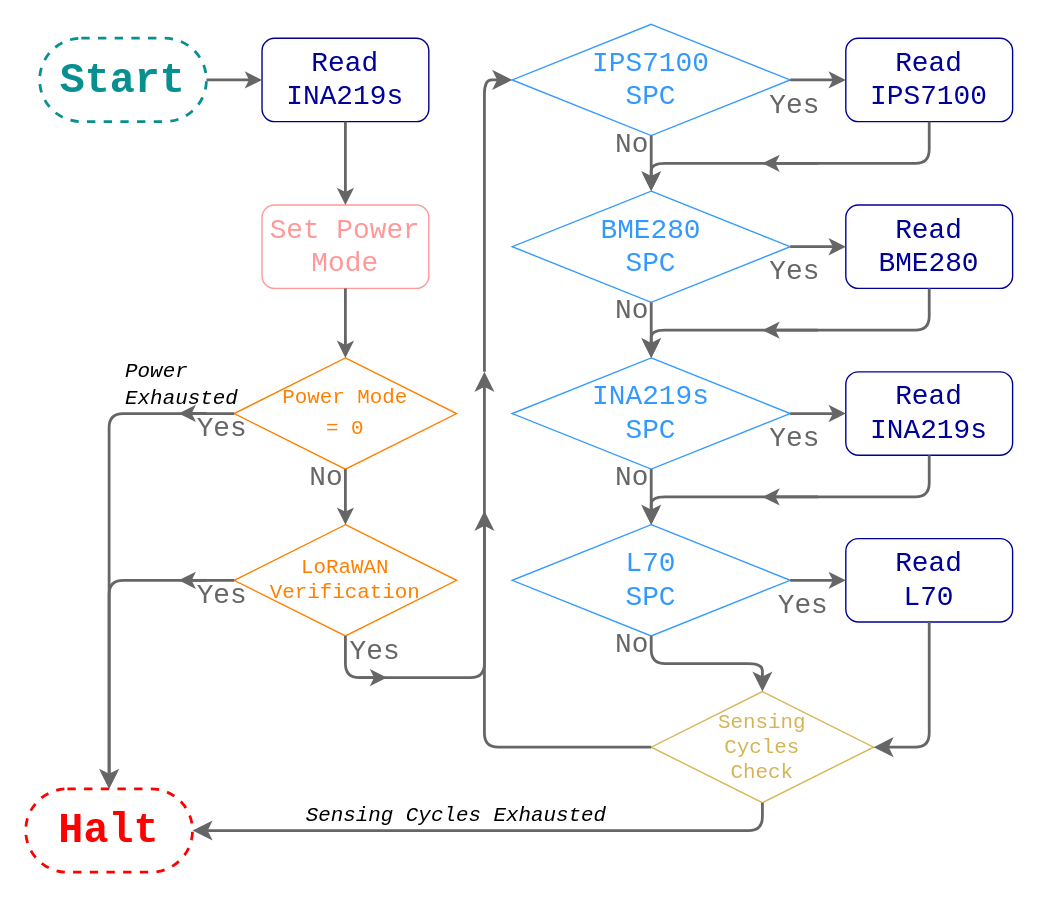
The draw.io diagram resources/Operation.drawio in mi3nts/LoRaWANNodes, before the edit. Source tidied: cells renumbered, new cells numbered last; positions are measured from the earlier drawing's top-left corner, leaving out a move shared by most shapes. Both pictures are drawn from the tidied source at 139%, with x=0, y=0 at pixel (25, 24).
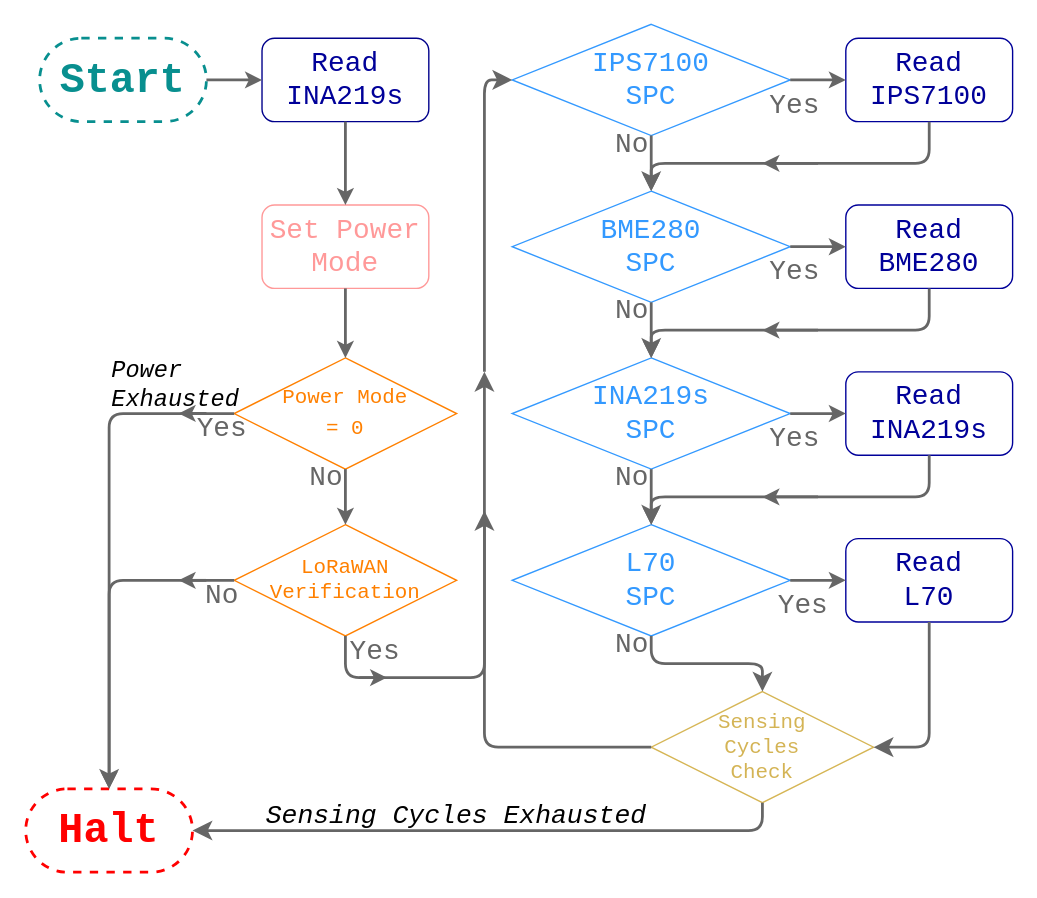
After the change.

Change to the diagram source:
```diff
@@
-    <mxCell id="8" value="&lt;span style=&quot;font-family: &amp;quot;Courier New&amp;quot;; font-size: 20px;&quot;&gt;Yes&lt;/span&gt;" style="edgeLabel;html=1;align=center;verticalAlign=middle;fontColor=#666666;" parent="1" vertex="1">
+    <mxCell id="8" value="&lt;span style=&quot;font-family: &amp;quot;Courier New&amp;quot;; font-size: 20px;&quot;&gt;No&lt;/span&gt;" style="edgeLabel;html=1;align=center;verticalAlign=middle;fontColor=#666666;" parent="1" vertex="1">
       <mxGeometry x="140" y="410" as="geometry" />
     </mxCell>
@@
-    <mxCell id="57" value="&lt;font size=&quot;1&quot; face=&quot;Courier New&quot; style=&quot;&quot;&gt;&lt;i style=&quot;font-size: 15px;&quot;&gt;Sensing Cycles Exhausted&lt;/i&gt;&lt;/font&gt;" style="text;html=1;align=center;verticalAlign=middle;whiteSpace=wrap;rounded=0;" parent="1" vertex="1">
+    <mxCell id="57" value="&lt;font size=&quot;1&quot; face=&quot;Courier New&quot; style=&quot;&quot;&gt;&lt;i style=&quot;font-size: 19px;&quot;&gt;Sensing Cycles Exhausted&lt;/i&gt;&lt;/font&gt;" style="text;html=1;align=center;verticalAlign=middle;whiteSpace=wrap;rounded=0;" parent="1" vertex="1">
       <mxGeometry x="150" y="560" width="320" height="20" as="geometry" />
     </mxCell>
-    <mxCell id="58" value="&lt;font face=&quot;Courier New&quot; style=&quot;font-size: 15px;&quot;&gt;&lt;i style=&quot;&quot;&gt;Power&lt;/i&gt;&lt;/font&gt;&lt;div style=&quot;font-size: 15px;&quot;&gt;&lt;font face=&quot;Courier New&quot; style=&quot;font-size: 15px;&quot;&gt;&lt;i style=&quot;&quot;&gt;Exhausted&lt;/i&gt;&lt;/font&gt;&lt;/div&gt;" style="text;html=1;align=left;verticalAlign=middle;whiteSpace=wrap;rounded=0;rotation=0;" parent="1" vertex="1">
-      <mxGeometry x="70" y="240" width="110" height="40" as="geometry" />
+    <mxCell id="58" value="&lt;font face=&quot;Courier New&quot; style=&quot;font-size: 17px;&quot;&gt;&lt;i style=&quot;&quot;&gt;Power&lt;/i&gt;&lt;/font&gt;&lt;div style=&quot;font-size: 17px;&quot;&gt;&lt;font face=&quot;Courier New&quot; style=&quot;font-size: 17px;&quot;&gt;&lt;i style=&quot;&quot;&gt;Exhausted&lt;/i&gt;&lt;/font&gt;&lt;/div&gt;" style="text;html=1;align=left;verticalAlign=middle;whiteSpace=wrap;rounded=0;rotation=0;" parent="1" vertex="1">
+      <mxGeometry x="60" y="240" width="110" height="40" as="geometry" />
     </mxCell>
```
